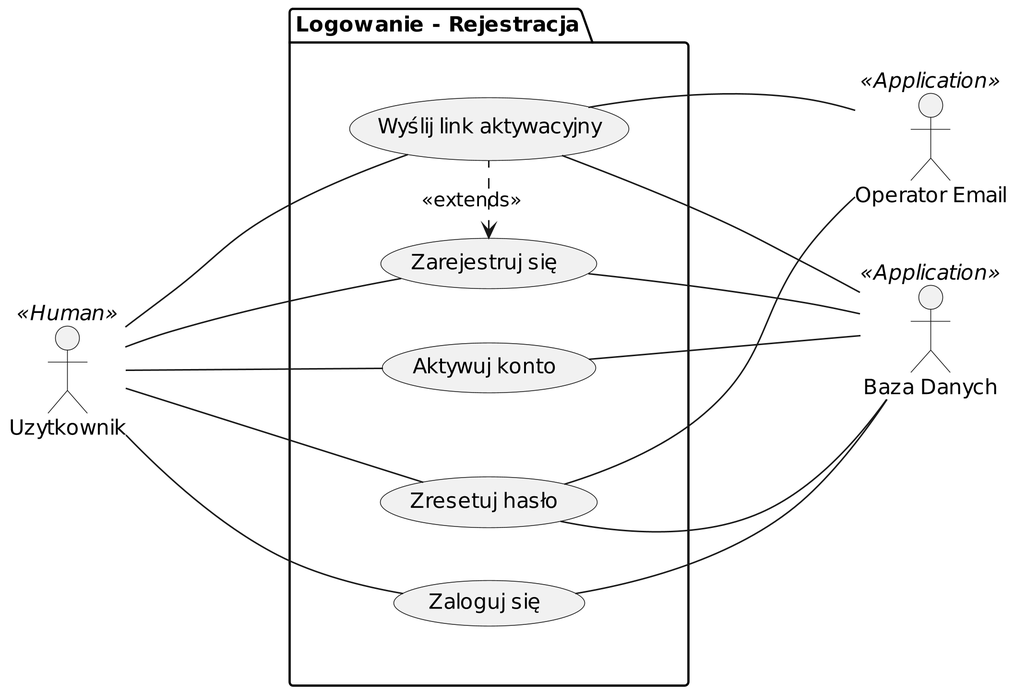
Above: doc/usecase2.png in emptaj/e2022-backend (PlantUML), before the change. Source of this version:
```plantuml
@startuml
skinparam dpi 300
left to right direction

actor "Uzytkownik" as AU << Human >>
together {
        actor "Operator Email" as AE << Application >>
        actor "Baza Danych" as AB << Application >>
}

package "Logowanie - Rejestracja" {
        together {
                usecase "Zresetuj hasło" as UC3
                usecase "Zaloguj się" as UC1
        }
        together {
                usecase "Zarejestruj się" as UC2
                usecase "Wyślij link aktywacyjny" as UC4
                usecase "Aktywuj konto" as UC5
        }
}

AU --- UC1
AU --- UC2
AU --- UC3
AU --- UC4
AU --- UC5

UC3 --- AE
UC4 --- AE

UC1 --- AB
UC2 --- AB
UC3 --- AB
UC4 --- AB
UC5 --- AB

UC2 <. UC4: <<extends>>
@enduml
```
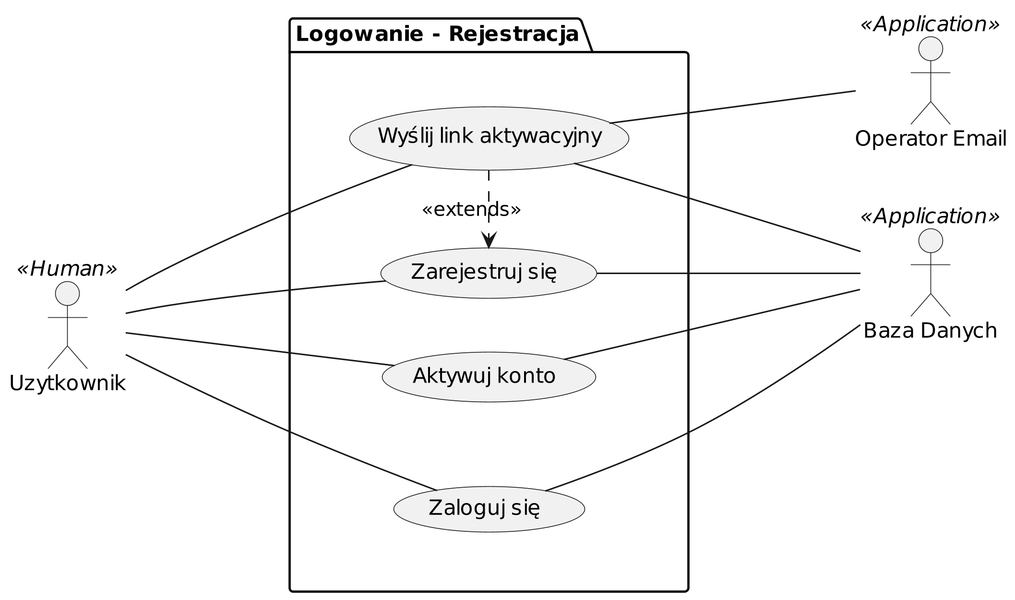
The same file after the commit.

Commit message:
Modified usecase diagrams

The edit, as a diff of the source:
```diff
@@ -10,7 +10,6 @@
 
 package "Logowanie - Rejestracja" {
         together {
-                usecase "Zresetuj hasło" as UC3
                 usecase "Zaloguj się" as UC1
         }
         together {
@@ -22,18 +21,15 @@
 
 AU --- UC1
 AU --- UC2
-AU --- UC3
 AU --- UC4
 AU --- UC5
 
-UC3 --- AE
 UC4 --- AE
 
 UC1 --- AB
 UC2 --- AB
-UC3 --- AB
 UC4 --- AB
 UC5 --- AB
 
-UC2 <. UC4: <<extends>>
+UC4 .> UC2: <<extends>>
 @enduml
```
